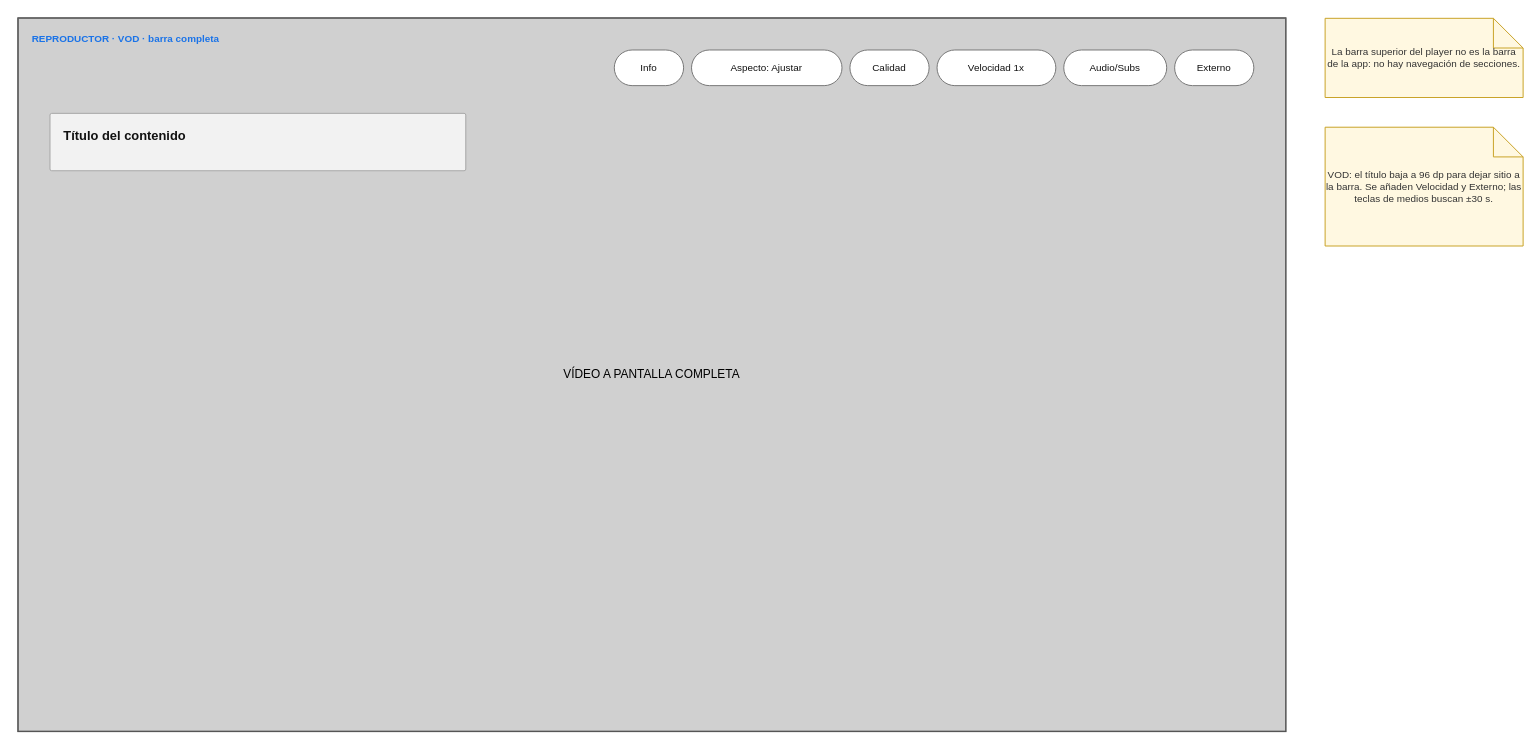
Earlier version of the draw.io diagram page "02 · Player · VOD" (3 of 13) of design/layouts/REPRODUCTOR.drawio (andres3336/streaming). Source tidied: cells renumbered, new cells numbered last; positions are measured from the earlier drawing's top-left corner, leaving out a move shared by most shapes. Both pictures are drawn from the tidied source at 99%, with x=0, y=0 at pixel (18, 18).
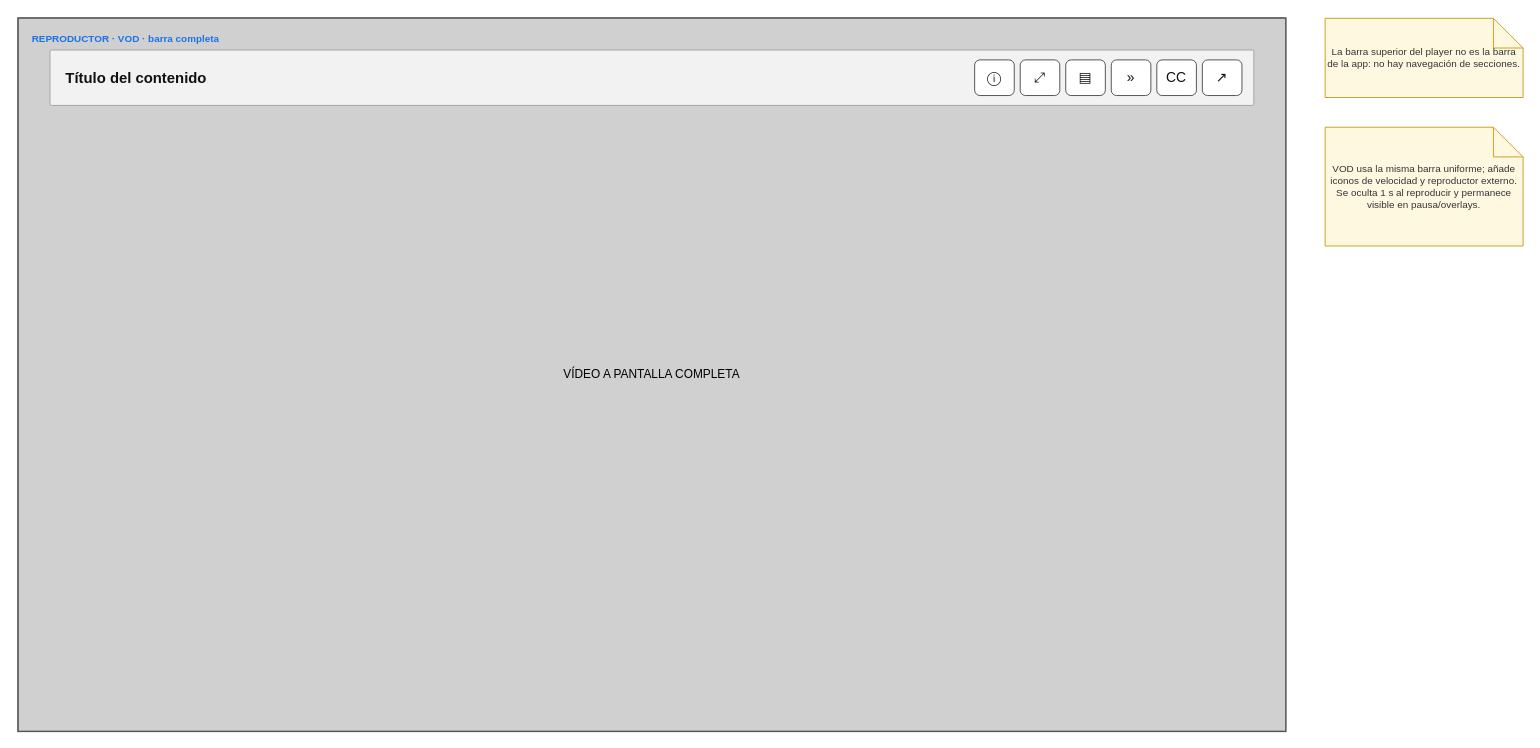
The same diagram, later.

Diff of the diagram source:
```diff
@@
 <mxGraphModel>
   <root>
     <mxCell id="0" />
     <mxCell id="1" parent="0" />
     <mxCell id="2" parent="0" />
-    <mxCell id="3" parent="0" />
     <mxCell id="4" style="group;" parent="2" vertex="1">
       <mxGeometry width="1280" height="720" as="geometry" />
     </mxCell>
     <mxCell id="5" style="rounded=0;whiteSpace=wrap;html=1;fillColor=#F7F7F7;strokeColor=#333333;strokeWidth=2;fontFamily=Helvetica;" parent="4" vertex="1">
       <mxGeometry width="1280" height="720" as="geometry" />
     </mxCell>
-    <mxCell id="6" value="REPRODUCTOR · VOD · barra completa" style="text;html=1;whiteSpace=wrap;align=left;verticalAlign=top;fontSize=10;fontStyle=1;fontColor=#1A73E8;fontFamily=Helvetica;" parent="3" vertex="1">
-      <mxGeometry x="12" y="8" width="1256" height="18" as="geometry" />
-    </mxCell>
     <mxCell id="7" value="VÍDEO A PANTALLA COMPLETA" style="rounded=0;whiteSpace=wrap;html=1;fillColor=#D0D0D0;strokeColor=#606060;strokeWidth=1;fontFamily=Helvetica;" parent="4" vertex="1">
       <mxGeometry width="1280" height="720" as="geometry" />
     </mxCell>
     <mxCell id="8" style="rounded=1;arcSize=3;whiteSpace=wrap;html=1;fillColor=#F2F2F2;strokeColor=#A6A6A6;strokeWidth=1;fontFamily=Helvetica;" parent="4" vertex="1">
-      <mxGeometry x="32" y="96" width="420" height="58" as="geometry" />
+      <mxGeometry x="32" y="32" width="1216" height="56" as="geometry" />
     </mxCell>
-    <mxCell id="9" value="Título del contenido" style="text;html=1;whiteSpace=wrap;align=left;verticalAlign=top;fontSize=13;fontColor=#111111;fontStyle=1;fontFamily=Helvetica;" parent="4" vertex="1">
-      <mxGeometry x="44" y="104" width="390" height="22" as="geometry" />
+    <mxCell id="9" value="Título del contenido" style="text;html=1;whiteSpace=wrap;align=left;verticalAlign=middle;fontSize=15;fontColor=#111111;fontStyle=1;fontFamily=Helvetica;" parent="4" vertex="1">
+      <mxGeometry x="46" y="46" width="500" height="28" as="geometry" />
     </mxCell>
-    <mxCell id="10" value="Info" style="rounded=1;arcSize=50;whiteSpace=wrap;html=1;fillColor=#FFFFFF;strokeColor=#777777;strokeWidth=1;fontSize=10;fontColor=#111111;fontFamily=Helvetica;" parent="4" vertex="1">
-      <mxGeometry x="602" y="32" width="70" height="36" as="geometry" />
+    <mxCell id="10" value="ⓘ" style="rounded=1;arcSize=15;whiteSpace=wrap;html=1;fillColor=#FFFFFF;strokeColor=#555555;strokeWidth=1;fontSize=14;fontColor=#111111;fontFamily=Helvetica;" parent="4" vertex="1">
+      <mxGeometry x="966" y="42" width="40" height="36" as="geometry" />
     </mxCell>
-    <mxCell id="11" value="Aspecto: Ajustar" style="rounded=1;arcSize=50;whiteSpace=wrap;html=1;fillColor=#FFFFFF;strokeColor=#777777;strokeWidth=1;fontSize=10;fontColor=#111111;fontFamily=Helvetica;" parent="4" vertex="1">
-      <mxGeometry x="680" y="32" width="152" height="36" as="geometry" />
+    <mxCell id="11" value="⤢" style="rounded=1;arcSize=15;whiteSpace=wrap;html=1;fillColor=#FFFFFF;strokeColor=#555555;strokeWidth=1;fontSize=14;fontColor=#111111;fontFamily=Helvetica;" parent="4" vertex="1">
+      <mxGeometry x="1012" y="42" width="40" height="36" as="geometry" />
     </mxCell>
-    <mxCell id="12" value="Calidad" style="rounded=1;arcSize=50;whiteSpace=wrap;html=1;fillColor=#FFFFFF;strokeColor=#777777;strokeWidth=1;fontSize=10;fontColor=#111111;fontFamily=Helvetica;" parent="4" vertex="1">
-      <mxGeometry x="840" y="32" width="80" height="36" as="geometry" />
+    <mxCell id="12" value="▤" style="rounded=1;arcSize=15;whiteSpace=wrap;html=1;fillColor=#FFFFFF;strokeColor=#555555;strokeWidth=1;fontSize=14;fontColor=#111111;fontFamily=Helvetica;" parent="4" vertex="1">
+      <mxGeometry x="1058" y="42" width="40" height="36" as="geometry" />
     </mxCell>
-    <mxCell id="13" value="Velocidad 1x" style="rounded=1;arcSize=50;whiteSpace=wrap;html=1;fillColor=#FFFFFF;strokeColor=#777777;strokeWidth=1;fontSize=10;fontColor=#111111;fontFamily=Helvetica;" parent="4" vertex="1">
-      <mxGeometry x="928" y="32" width="120" height="36" as="geometry" />
+    <mxCell id="13" value="»" style="rounded=1;arcSize=15;whiteSpace=wrap;html=1;fillColor=#FFFFFF;strokeColor=#555555;strokeWidth=1;fontSize=14;fontColor=#111111;fontFamily=Helvetica;" parent="4" vertex="1">
+      <mxGeometry x="1104" y="42" width="40" height="36" as="geometry" />
     </mxCell>
-    <mxCell id="14" value="Audio/Subs" style="rounded=1;arcSize=50;whiteSpace=wrap;html=1;fillColor=#FFFFFF;strokeColor=#777777;strokeWidth=1;fontSize=10;fontColor=#111111;fontFamily=Helvetica;" parent="4" vertex="1">
-      <mxGeometry x="1056" y="32" width="104" height="36" as="geometry" />
+    <mxCell id="14" value="CC" style="rounded=1;arcSize=15;whiteSpace=wrap;html=1;fillColor=#FFFFFF;strokeColor=#555555;strokeWidth=1;fontSize=14;fontColor=#111111;fontFamily=Helvetica;" parent="4" vertex="1">
+      <mxGeometry x="1150" y="42" width="40" height="36" as="geometry" />
     </mxCell>
-    <mxCell id="15" value="Externo" style="rounded=1;arcSize=50;whiteSpace=wrap;html=1;fillColor=#FFFFFF;strokeColor=#777777;strokeWidth=1;fontSize=10;fontColor=#111111;fontFamily=Helvetica;" parent="4" vertex="1">
-      <mxGeometry x="1168" y="32" width="80" height="36" as="geometry" />
+    <mxCell id="15" value="↗" style="rounded=1;arcSize=15;whiteSpace=wrap;html=1;fillColor=#FFFFFF;strokeColor=#555555;strokeWidth=1;fontSize=14;fontColor=#111111;fontFamily=Helvetica;" parent="4" vertex="1">
+      <mxGeometry x="1196" y="42" width="40" height="36" as="geometry" />
     </mxCell>
+    <mxCell id="3" parent="0" />
+    <mxCell id="6" value="REPRODUCTOR · VOD · barra completa" style="text;html=1;whiteSpace=wrap;align=left;verticalAlign=top;fontSize=10;fontStyle=1;fontColor=#1A73E8;fontFamily=Helvetica;" parent="3" vertex="1">
+      <mxGeometry x="12" y="8" width="1256" height="18" as="geometry" />
+    </mxCell>
     <mxCell id="16" value="La barra superior del player no es la barra de la app: no hay navegación de secciones." style="shape=note;whiteSpace=wrap;html=1;backgroundOutline=1;fillColor=#FFF8E1;strokeColor=#C9A227;fontSize=10;fontColor=#333333;fontFamily=Helvetica;" parent="3" vertex="1">
       <mxGeometry x="1320" width="200" height="80" as="geometry" />
     </mxCell>
-    <mxCell id="17" value="VOD: el título baja a 96 dp para dejar sitio a la barra. Se añaden Velocidad y Externo; las teclas de medios buscan ±30 s." style="shape=note;whiteSpace=wrap;html=1;backgroundOutline=1;fillColor=#FFF8E1;strokeColor=#C9A227;fontSize=10;fontColor=#333333;fontFamily=Helvetica;" parent="3" vertex="1">
+    <mxCell id="17" value="VOD usa la misma barra uniforme; añade iconos de velocidad y reproductor externo. Se oculta 1 s al reproducir y permanece visible en pausa/overlays." style="shape=note;whiteSpace=wrap;html=1;backgroundOutline=1;fillColor=#FFF8E1;strokeColor=#C9A227;fontSize=10;fontColor=#333333;fontFamily=Helvetica;" parent="3" vertex="1">
       <mxGeometry x="1320" y="110" width="200" height="120" as="geometry" />
     </mxCell>
   </root>
 </mxGraphModel>
```
